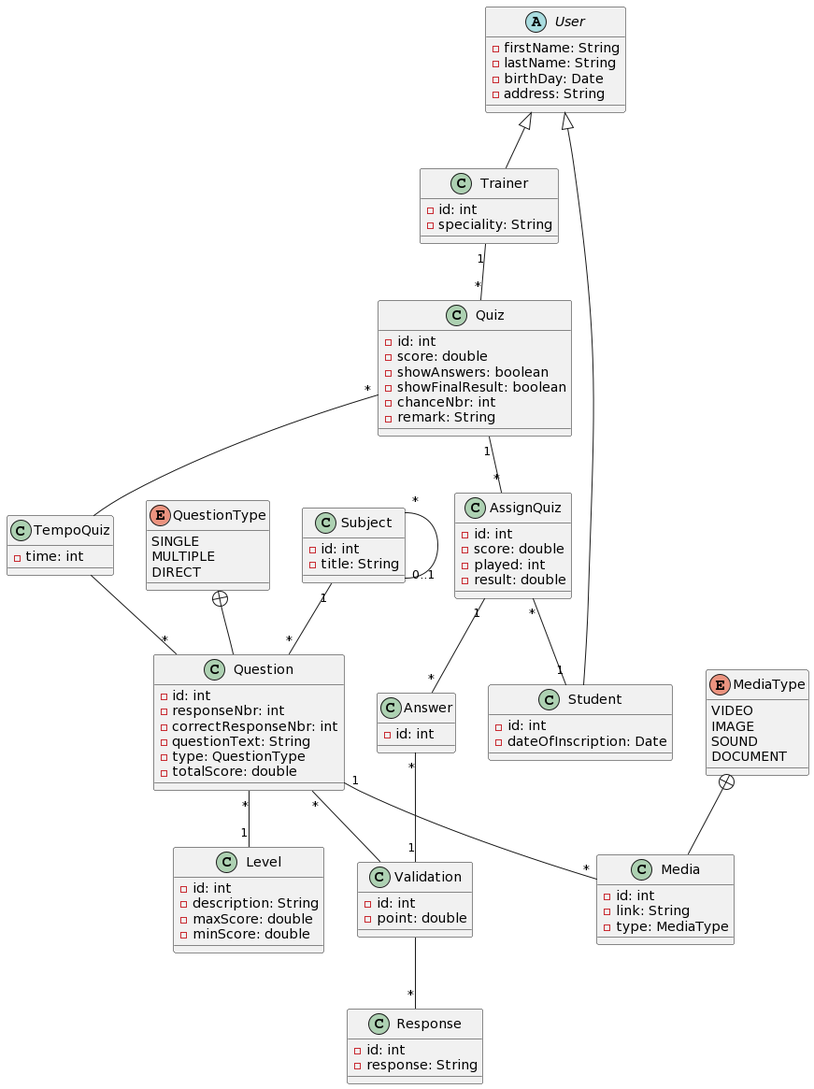
aymane-smi/YouQuiz keeps this PlantUML diagram as class.png. Above is the earlier version.
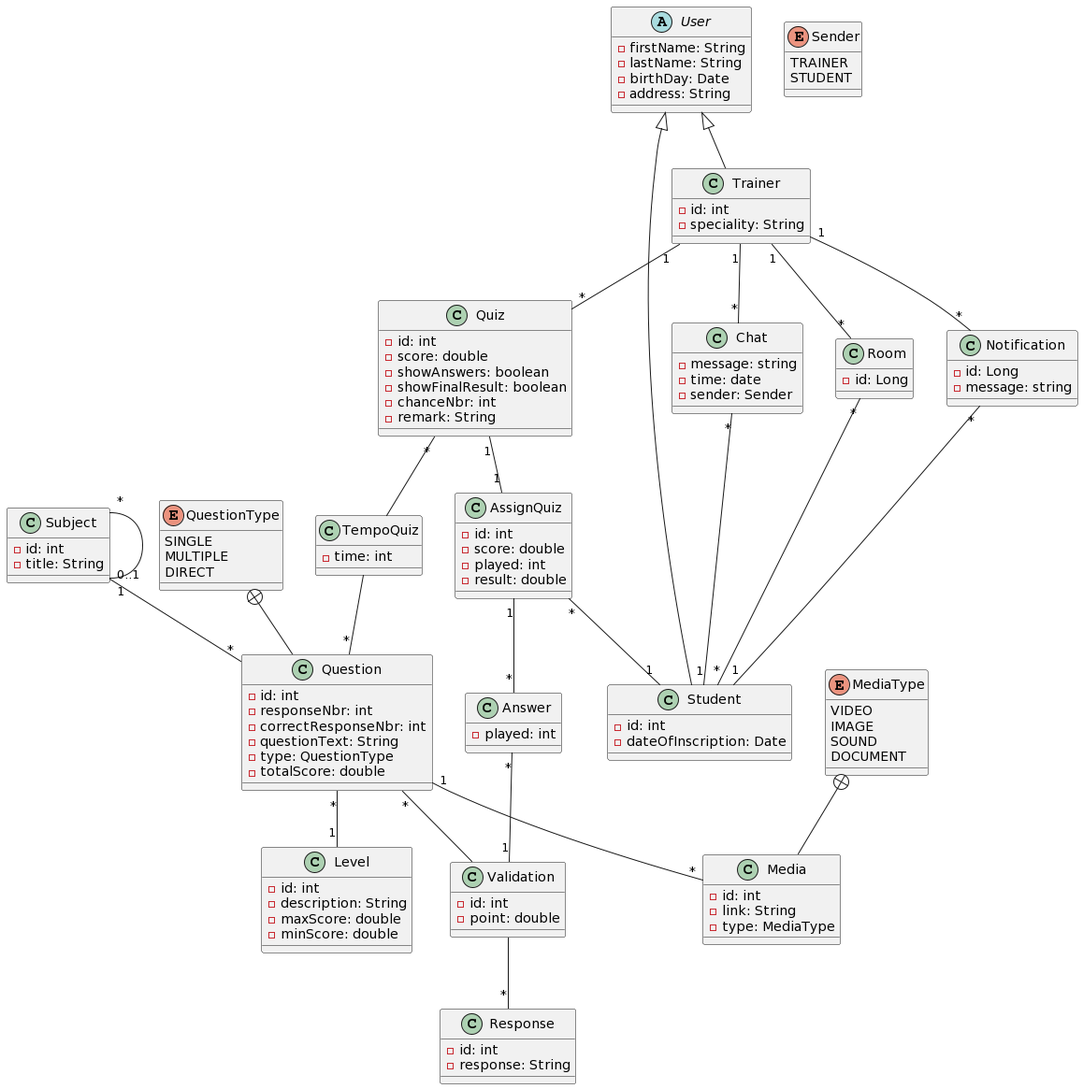
The same file after the commit.

What changed in the source:
```diff
@@ -9,6 +9,10 @@
   IMAGE
   SOUND
   DOCUMENT
+}
+enum Sender{
+  TRAINER
+  STUDENT
 }
 class Quiz{
   - id: int
@@ -35,7 +39,7 @@
   - totalScore: double
 }
 class Answer{
-  - id: int
+  - played: int
 }
 abstract class User{
   - firstName: String
@@ -75,6 +79,24 @@
   - played: int
   - result: double
 }
+class Chat{
+  - message: string
+  - time: date
+  - sender: Sender
+}
+class Room{
+  - id: Long
+}
+class Notification{
+  - id: Long
+  - message: string
+}
+Trainer "1" -- "*"Room
+Room "*" -- "*" Student
+Trainer "1" -- "*" Chat
+Chat "*" -- "1" Student
+Trainer "1" -- "*" Notification
+Notification "*" -- "1" Student
 Subject "*" -- "0..1" Subject
 AssignQuiz "*" -- "1" Student
 AssignQuiz "1" -- "*" Answer
@@ -86,7 +108,7 @@
 Quiz "*" -- TempoQuiz
 TempoQuiz -- "*" Question
 Trainer "1" -- "*" Quiz
-Quiz "1" -- "*" AssignQuiz
+Quiz "1" -- "1" AssignQuiz
 Subject "1" -- "*"Question
 MediaType +-- Media
 QuestionType +-- Question
```
